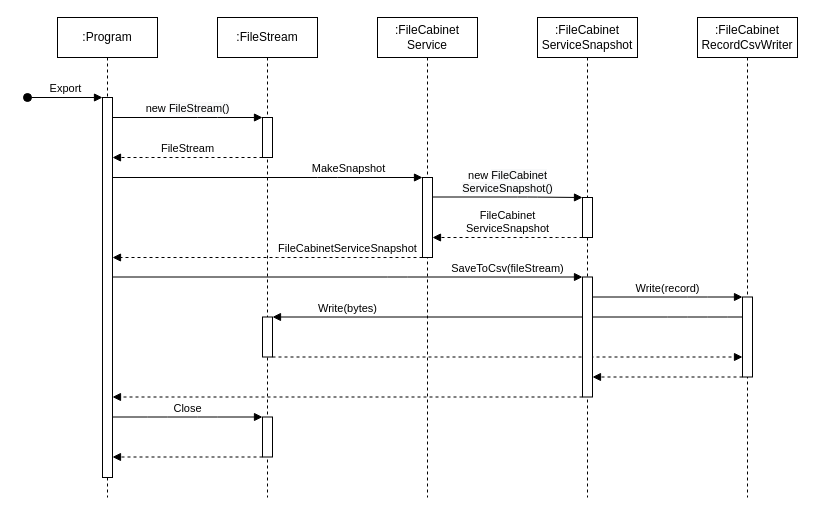
epam-dotnet-lab/file-cabinet-task keeps this draw.io diagram as page "Export - Sequence" (6 of 20) of drawings.drawio. Above is the earlier version. Source tidied: cells renumbered, new cells numbered last; positions are measured from the earlier drawing's top-left corner, leaving out a move shared by most shapes. Both pictures are drawn from the tidied source at 100%, with x=0, y=0 at pixel (27, 17).
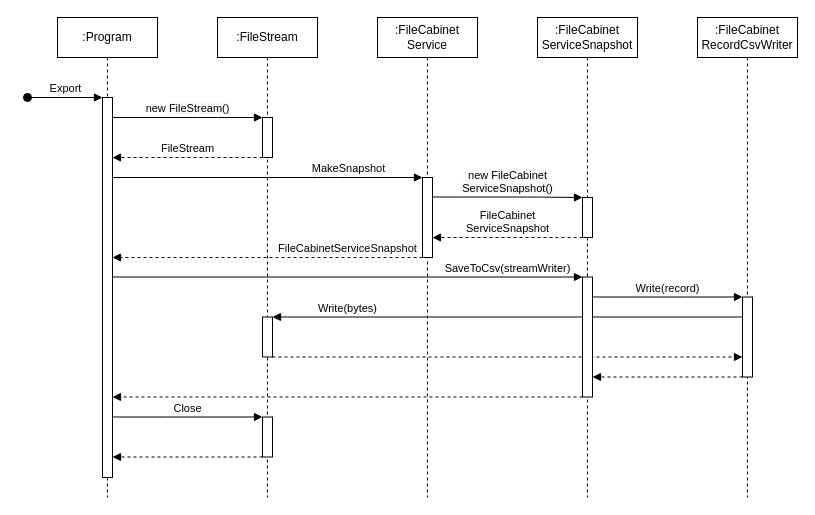
Above is the later version.

Commit message (it also covers changes not shown here):
Replace fileStream to streamWriter in step06-export-csv-sequence.png.

Unchanged cells that the change refers to:
```xml
<mxCell id="16" style="html=1;points=[];perimeter=orthogonalPerimeter;strokeColor=#000000;fillColor=#ffffff;" parent="15" vertex="1">
  <mxGeometry x="45" y="259.5" width="10" height="120" as="geometry" />
</mxCell>
```

What changed in the source:
```diff
@@
-    <mxCell id="20" value="SaveToCsv(fileStream)" style="html=1;verticalAlign=bottom;endArrow=block;" parent="1" edge="1" target="16">
+    <mxCell id="20" value="SaveToCsv(streamWriter)" style="html=1;verticalAlign=bottom;endArrow=block;" parent="1" edge="1" target="16">
       <mxGeometry x="0.68" relative="1" as="geometry">
         <mxPoint x="85" y="259.5" as="sourcePoint" />
         <Array as="points">
           <mxPoint x="370" y="259.5" />
         </Array>
       </mxGeometry>
     </mxCell>
```
